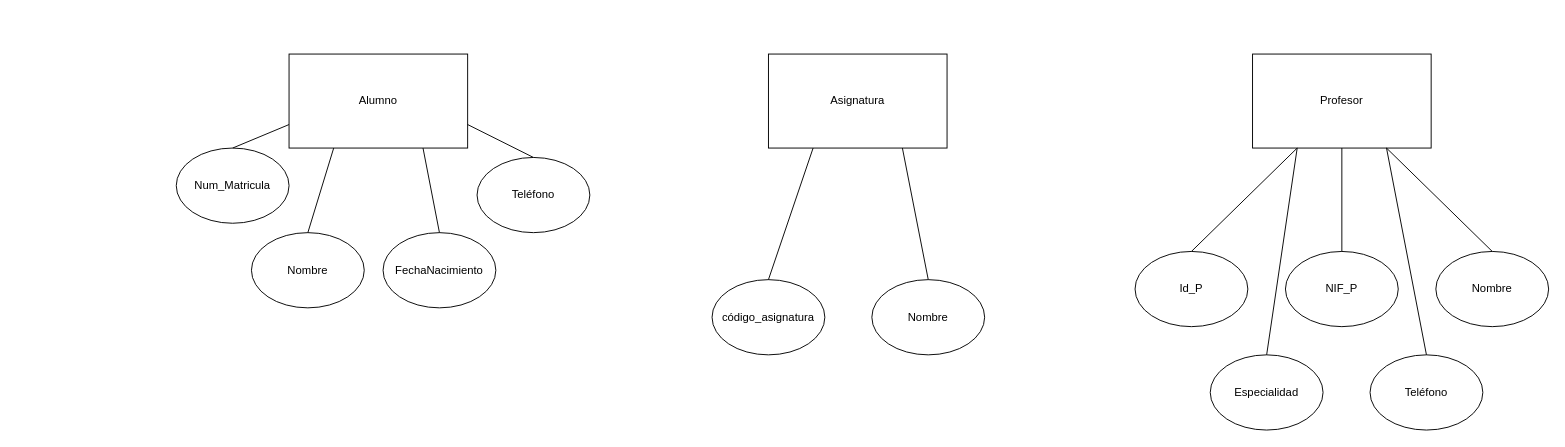
The draw.io diagram TP1ex2.drawio in lopezsolcode/MyPortfolio, before the edit. Source tidied: cells renumbered, new cells numbered last; positions are measured from the earlier drawing's top-left corner, leaving out a move shared by most shapes. Both pictures are drawn from the tidied source at 94%, with x=0, y=0 at pixel (176, 54).
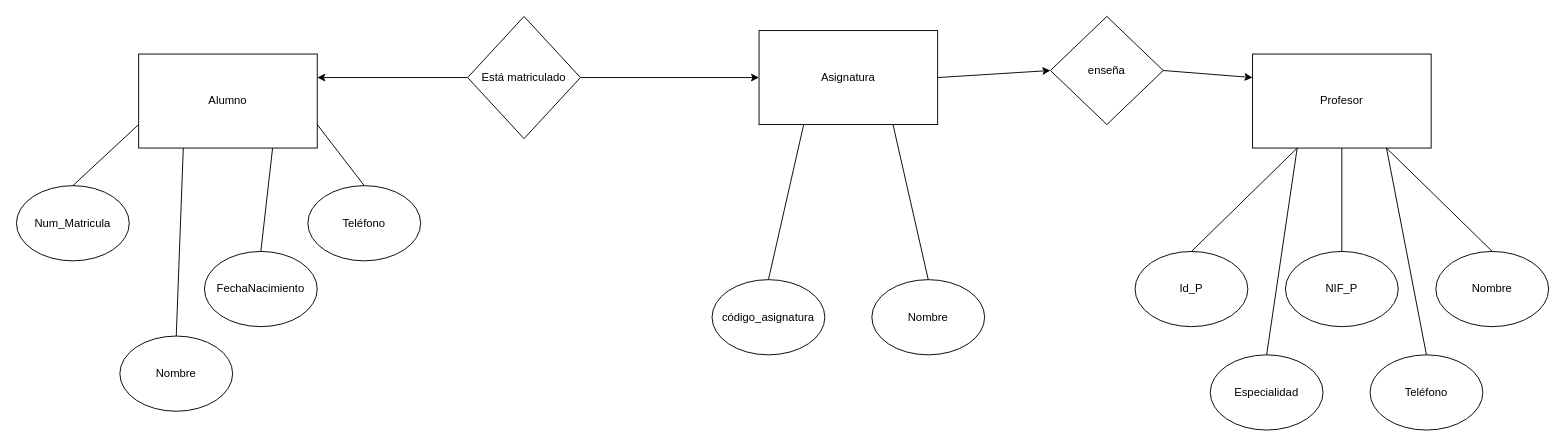
After the change.

The change refers to these unchanged cells:
```xml
<mxCell id="4" value="Profesor" style="rounded=0;whiteSpace=wrap;html=1;" parent="1" vertex="1">
  <mxGeometry x="1145" width="190" height="100" as="geometry" />
</mxCell>
```

Diff of the diagram source:
```diff
@@
     <mxCell id="2" value="Alumno" style="rounded=0;whiteSpace=wrap;html=1;" parent="1" vertex="1">
-      <mxGeometry x="120" width="190" height="100" as="geometry" />
+      <mxGeometry x="-40" width="190" height="100" as="geometry" />
     </mxCell>
     <mxCell id="3" value="Asignatura" style="rounded=0;whiteSpace=wrap;html=1;" parent="1" vertex="1">
-      <mxGeometry x="630" width="190" height="100" as="geometry" />
+      <mxGeometry x="620" y="-25" width="190" height="100" as="geometry" />
     </mxCell>
@@
     <mxCell id="5" value="Num_Matricula" style="ellipse;whiteSpace=wrap;html=1;" parent="1" vertex="1">
-      <mxGeometry y="100" width="120" height="80" as="geometry" />
+      <mxGeometry x="-170" y="140" width="120" height="80" as="geometry" />
     </mxCell>
     <mxCell id="6" value="Nombre" style="ellipse;whiteSpace=wrap;html=1;" parent="1" vertex="1">
-      <mxGeometry x="80" y="190" width="120" height="80" as="geometry" />
+      <mxGeometry x="-60" y="300" width="120" height="80" as="geometry" />
     </mxCell>
     <mxCell id="7" value="FechaNacimiento" style="ellipse;whiteSpace=wrap;html=1;" parent="1" vertex="1">
-      <mxGeometry x="220" y="190" width="120" height="80" as="geometry" />
+      <mxGeometry x="30" y="210" width="120" height="80" as="geometry" />
     </mxCell>
     <mxCell id="8" value="Teléfono" style="ellipse;whiteSpace=wrap;html=1;" parent="1" vertex="1">
-      <mxGeometry x="320" y="110" width="120" height="80" as="geometry" />
+      <mxGeometry x="140" y="140" width="120" height="80" as="geometry" />
     </mxCell>
@@
+    <mxCell id="27" value="Está matriculado" style="rhombus;whiteSpace=wrap;html=1;" parent="1" vertex="1">
+      <mxGeometry x="310" y="-40" width="120" height="130" as="geometry" />
+    </mxCell>
+    <mxCell id="28" value="enseña" style="rhombus;whiteSpace=wrap;html=1;" parent="1" vertex="1">
+      <mxGeometry x="930" y="-40" width="120" height="115" as="geometry" />
+    </mxCell>
+    <mxCell id="29" style="endArrow=classic;html=1;rounded=0;entryX=1;entryY=0.25;entryDx=0;entryDy=0;exitX=0;exitY=0.5;exitDx=0;exitDy=0;" parent="1" edge="1" source="27" target="2">
+      <mxGeometry relative="1" as="geometry" />
+    </mxCell>
+    <mxCell id="30" style="endArrow=classic;html=1;rounded=0;entryX=0;entryY=0.5;entryDx=0;entryDy=0;exitX=1;exitY=0.5;exitDx=0;exitDy=0;" parent="1" edge="1" source="27" target="3">
+      <mxGeometry relative="1" as="geometry" />
+    </mxCell>
+    <mxCell id="31" style="endArrow=classic;html=1;rounded=0;entryX=0;entryY=0.5;entryDx=0;entryDy=0;" parent="1" edge="1" target="28">
+      <mxGeometry relative="1" as="geometry">
+        <mxPoint x="810" y="25" as="sourcePoint" />
+      </mxGeometry>
+    </mxCell>
+    <mxCell id="32" style="endArrow=classic;html=1;rounded=0;exitX=1;exitY=0.5;exitDx=0;exitDy=0;entryX=0;entryY=0.25;entryDx=0;entryDy=0;" parent="1" edge="1" source="28" target="4">
+      <mxGeometry relative="1" as="geometry" />
+    </mxCell>
```
